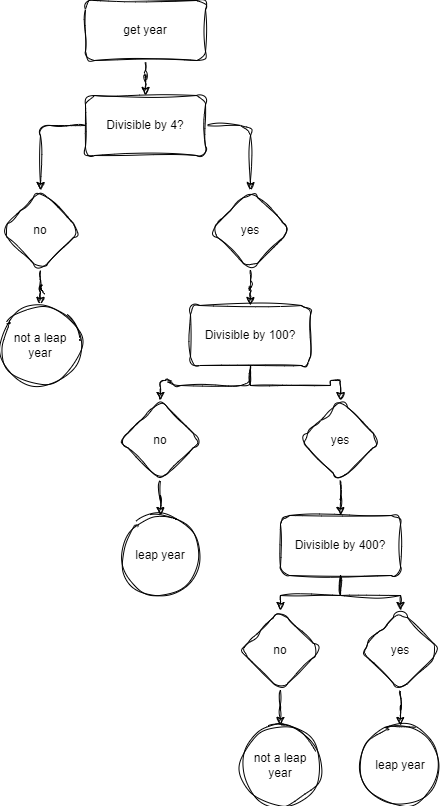
CAL0NZ0/CAL0NZ0 keeps this draw.io diagram as Leap year flow chart.drawio.png. Above is the earlier version. Source tidied: cells renumbered, new cells last; positions are measured from the earlier drawing's top-left corner, leaving out a move shared by most shapes.
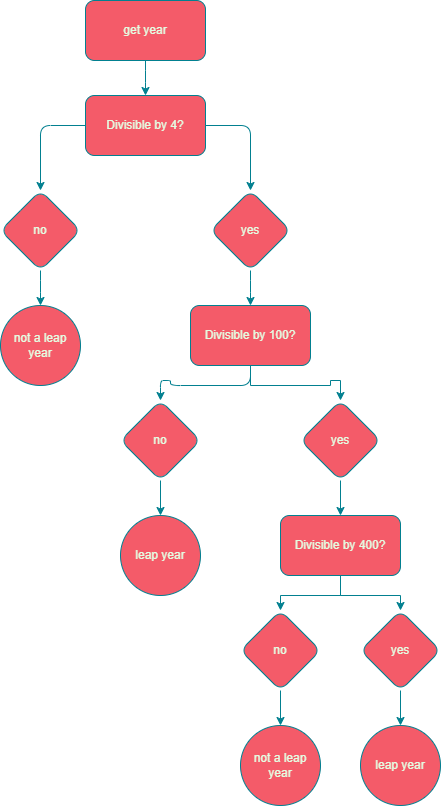
Later version of the same file.

The edit, as a diff of the source:
```diff
@@ -2,85 +2,85 @@
   <root>
     <mxCell id="0" />
     <mxCell id="1" parent="0" />
-    <mxCell id="2" style="edgeStyle=orthogonalEdgeStyle;rounded=1;jettySize=auto;html=1;labelBackgroundColor=none;fontColor=default;sketch=1;curveFitting=1;jiggle=2;" parent="1" edge="1" source="3" target="6">
+    <mxCell id="2" style="edgeStyle=orthogonalEdgeStyle;rounded=1;jettySize=auto;html=1;labelBackgroundColor=none;fontColor=default;strokeColor=#028090;" parent="1" edge="1" source="3" target="6">
       <mxGeometry relative="1" as="geometry" />
     </mxCell>
-    <mxCell id="3" value="get year" style="whiteSpace=wrap;html=1;rounded=1;labelBackgroundColor=none;sketch=1;curveFitting=1;jiggle=2;" parent="1" vertex="1">
+    <mxCell id="3" value="get year" style="whiteSpace=wrap;html=1;rounded=1;labelBackgroundColor=none;fillColor=#F45B69;strokeColor=#028090;fontColor=#E4FDE1;" parent="1" vertex="1">
       <mxGeometry x="85" width="120" height="60" as="geometry" />
     </mxCell>
-    <mxCell id="4" style="edgeStyle=orthogonalEdgeStyle;rounded=1;jettySize=auto;html=1;labelBackgroundColor=none;fontColor=default;sketch=1;curveFitting=1;jiggle=2;" parent="1" edge="1" source="6" target="8">
+    <mxCell id="4" style="edgeStyle=orthogonalEdgeStyle;rounded=1;jettySize=auto;html=1;labelBackgroundColor=none;fontColor=default;strokeColor=#028090;" parent="1" edge="1" source="6" target="8">
       <mxGeometry relative="1" as="geometry" />
     </mxCell>
-    <mxCell id="5" style="edgeStyle=orthogonalEdgeStyle;rounded=1;jettySize=auto;html=1;labelBackgroundColor=none;fontColor=default;sketch=1;curveFitting=1;jiggle=2;" parent="1" edge="1" source="6" target="11">
+    <mxCell id="5" style="edgeStyle=orthogonalEdgeStyle;rounded=1;jettySize=auto;html=1;labelBackgroundColor=none;fontColor=default;strokeColor=#028090;" parent="1" edge="1" source="6" target="11">
       <mxGeometry relative="1" as="geometry" />
     </mxCell>
-    <mxCell id="6" value="Divisible by 4?" style="whiteSpace=wrap;html=1;rounded=1;labelBackgroundColor=none;sketch=1;curveFitting=1;jiggle=2;" parent="1" vertex="1">
+    <mxCell id="6" value="Divisible by 4?" style="whiteSpace=wrap;html=1;rounded=1;labelBackgroundColor=none;fillColor=#F45B69;strokeColor=#028090;fontColor=#E4FDE1;" parent="1" vertex="1">
       <mxGeometry x="85" y="95" width="120" height="60" as="geometry" />
     </mxCell>
-    <mxCell id="7" style="edgeStyle=orthogonalEdgeStyle;rounded=1;jettySize=auto;html=1;labelBackgroundColor=none;fontColor=default;sketch=1;curveFitting=1;jiggle=2;" parent="1" edge="1" source="8" target="9">
+    <mxCell id="7" style="edgeStyle=orthogonalEdgeStyle;rounded=1;jettySize=auto;html=1;labelBackgroundColor=none;fontColor=default;strokeColor=#028090;" parent="1" edge="1" source="8" target="9">
       <mxGeometry relative="1" as="geometry" />
     </mxCell>
-    <mxCell id="8" value="no&lt;br&gt;" style="rhombus;whiteSpace=wrap;html=1;rounded=1;labelBackgroundColor=none;sketch=1;curveFitting=1;jiggle=2;" parent="1" vertex="1">
+    <mxCell id="8" value="no&lt;br&gt;" style="rhombus;whiteSpace=wrap;html=1;rounded=1;labelBackgroundColor=none;fillColor=#F45B69;strokeColor=#028090;fontColor=#E4FDE1;" parent="1" vertex="1">
       <mxGeometry y="190" width="80" height="80" as="geometry" />
     </mxCell>
-    <mxCell id="9" value="not a leap year" style="ellipse;whiteSpace=wrap;html=1;rounded=1;labelBackgroundColor=none;sketch=1;curveFitting=1;jiggle=2;" parent="1" vertex="1">
+    <mxCell id="9" value="not a leap year" style="ellipse;whiteSpace=wrap;html=1;rounded=1;labelBackgroundColor=none;fillColor=#F45B69;strokeColor=#028090;fontColor=#E4FDE1;" parent="1" vertex="1">
       <mxGeometry y="305" width="80" height="80" as="geometry" />
     </mxCell>
-    <mxCell id="10" style="edgeStyle=orthogonalEdgeStyle;rounded=1;jettySize=auto;html=1;labelBackgroundColor=none;fontColor=default;sketch=1;curveFitting=1;jiggle=2;" parent="1" edge="1" source="11" target="14">
+    <mxCell id="10" style="edgeStyle=orthogonalEdgeStyle;rounded=1;jettySize=auto;html=1;labelBackgroundColor=none;fontColor=default;strokeColor=#028090;" parent="1" edge="1" source="11" target="14">
       <mxGeometry relative="1" as="geometry" />
     </mxCell>
-    <mxCell id="11" value="yes" style="rhombus;whiteSpace=wrap;html=1;rounded=1;labelBackgroundColor=none;sketch=1;curveFitting=1;jiggle=2;" parent="1" vertex="1">
+    <mxCell id="11" value="yes" style="rhombus;whiteSpace=wrap;html=1;rounded=1;labelBackgroundColor=none;fillColor=#F45B69;strokeColor=#028090;fontColor=#E4FDE1;" parent="1" vertex="1">
       <mxGeometry x="210" y="190" width="80" height="80" as="geometry" />
     </mxCell>
-    <mxCell id="12" style="edgeStyle=orthogonalEdgeStyle;rounded=1;jettySize=auto;html=1;labelBackgroundColor=none;fontColor=default;sketch=1;curveFitting=1;jiggle=2;" parent="1" edge="1" source="14" target="16">
+    <mxCell id="12" style="edgeStyle=orthogonalEdgeStyle;rounded=1;jettySize=auto;html=1;labelBackgroundColor=none;fontColor=default;strokeColor=#028090;" parent="1" edge="1" source="14" target="16">
       <mxGeometry relative="1" as="geometry" />
     </mxCell>
-    <mxCell id="13" style="edgeStyle=orthogonalEdgeStyle;rounded=0;jettySize=auto;html=1;sketch=1;curveFitting=1;jiggle=2;labelBackgroundColor=none;fontColor=default;" parent="1" edge="1" source="14" target="19">
+    <mxCell id="13" style="edgeStyle=orthogonalEdgeStyle;rounded=0;jettySize=auto;html=1;labelBackgroundColor=none;fontColor=default;strokeColor=#028090;" parent="1" edge="1" source="14" target="19">
       <mxGeometry relative="1" as="geometry" />
     </mxCell>
-    <mxCell id="14" value="Divisible by 100?" style="whiteSpace=wrap;html=1;rounded=1;labelBackgroundColor=none;sketch=1;curveFitting=1;jiggle=2;" parent="1" vertex="1">
+    <mxCell id="14" value="Divisible by 100?" style="whiteSpace=wrap;html=1;rounded=1;labelBackgroundColor=none;fillColor=#F45B69;strokeColor=#028090;fontColor=#E4FDE1;" parent="1" vertex="1">
       <mxGeometry x="190" y="305" width="120" height="60" as="geometry" />
     </mxCell>
-    <mxCell id="15" style="edgeStyle=orthogonalEdgeStyle;rounded=0;jettySize=auto;html=1;sketch=1;curveFitting=1;jiggle=2;labelBackgroundColor=none;fontColor=default;" parent="1" edge="1" source="16" target="17">
+    <mxCell id="15" style="edgeStyle=orthogonalEdgeStyle;rounded=0;jettySize=auto;html=1;labelBackgroundColor=none;fontColor=default;strokeColor=#028090;" parent="1" edge="1" source="16" target="17">
       <mxGeometry relative="1" as="geometry" />
     </mxCell>
-    <mxCell id="16" value="no&lt;br&gt;" style="rhombus;whiteSpace=wrap;html=1;rounded=1;labelBackgroundColor=none;sketch=1;curveFitting=1;jiggle=2;" parent="1" vertex="1">
+    <mxCell id="16" value="no&lt;br&gt;" style="rhombus;whiteSpace=wrap;html=1;rounded=1;labelBackgroundColor=none;fillColor=#F45B69;strokeColor=#028090;fontColor=#E4FDE1;" parent="1" vertex="1">
       <mxGeometry x="120" y="400" width="80" height="80" as="geometry" />
     </mxCell>
-    <mxCell id="17" value="leap year" style="ellipse;whiteSpace=wrap;html=1;rounded=1;labelBackgroundColor=none;sketch=1;curveFitting=1;jiggle=2;" parent="1" vertex="1">
+    <mxCell id="17" value="leap year" style="ellipse;whiteSpace=wrap;html=1;rounded=1;labelBackgroundColor=none;fillColor=#F45B69;strokeColor=#028090;fontColor=#E4FDE1;" parent="1" vertex="1">
       <mxGeometry x="120" y="515" width="80" height="80" as="geometry" />
     </mxCell>
-    <mxCell id="18" style="edgeStyle=orthogonalEdgeStyle;rounded=0;jettySize=auto;html=1;sketch=1;curveFitting=1;jiggle=2;labelBackgroundColor=none;fontColor=default;" parent="1" edge="1" source="19" target="22">
+    <mxCell id="18" style="edgeStyle=orthogonalEdgeStyle;rounded=0;jettySize=auto;html=1;labelBackgroundColor=none;fontColor=default;strokeColor=#028090;" parent="1" edge="1" source="19" target="22">
       <mxGeometry relative="1" as="geometry" />
     </mxCell>
-    <mxCell id="19" value="yes" style="rhombus;whiteSpace=wrap;html=1;rounded=1;labelBackgroundColor=none;sketch=1;curveFitting=1;jiggle=2;" parent="1" vertex="1">
+    <mxCell id="19" value="yes" style="rhombus;whiteSpace=wrap;html=1;rounded=1;labelBackgroundColor=none;fillColor=#F45B69;strokeColor=#028090;fontColor=#E4FDE1;" parent="1" vertex="1">
       <mxGeometry x="300" y="400" width="80" height="80" as="geometry" />
     </mxCell>
-    <mxCell id="20" style="edgeStyle=orthogonalEdgeStyle;rounded=0;jettySize=auto;html=1;sketch=1;curveFitting=1;jiggle=2;labelBackgroundColor=none;fontColor=default;" parent="1" edge="1" source="22" target="24">
+    <mxCell id="20" style="edgeStyle=orthogonalEdgeStyle;rounded=0;jettySize=auto;html=1;labelBackgroundColor=none;fontColor=default;strokeColor=#028090;" parent="1" edge="1" source="22" target="24">
       <mxGeometry relative="1" as="geometry" />
     </mxCell>
-    <mxCell id="21" style="edgeStyle=orthogonalEdgeStyle;rounded=0;jettySize=auto;html=1;sketch=1;curveFitting=1;jiggle=2;labelBackgroundColor=none;fontColor=default;" parent="1" edge="1" source="22" target="27">
+    <mxCell id="21" style="edgeStyle=orthogonalEdgeStyle;rounded=0;jettySize=auto;html=1;labelBackgroundColor=none;fontColor=default;strokeColor=#028090;" parent="1" edge="1" source="22" target="27">
       <mxGeometry relative="1" as="geometry" />
     </mxCell>
-    <mxCell id="22" value="Divisible by 400?" style="whiteSpace=wrap;html=1;rounded=1;labelBackgroundColor=none;sketch=1;curveFitting=1;jiggle=2;" parent="1" vertex="1">
+    <mxCell id="22" value="Divisible by 400?" style="whiteSpace=wrap;html=1;rounded=1;labelBackgroundColor=none;fillColor=#F45B69;strokeColor=#028090;fontColor=#E4FDE1;" parent="1" vertex="1">
       <mxGeometry x="280" y="515" width="120" height="60" as="geometry" />
     </mxCell>
-    <mxCell id="23" style="edgeStyle=orthogonalEdgeStyle;rounded=0;jettySize=auto;html=1;sketch=1;curveFitting=1;jiggle=2;labelBackgroundColor=none;fontColor=default;" parent="1" edge="1" source="24" target="25">
+    <mxCell id="23" style="edgeStyle=orthogonalEdgeStyle;rounded=0;jettySize=auto;html=1;labelBackgroundColor=none;fontColor=default;strokeColor=#028090;" parent="1" edge="1" source="24" target="25">
       <mxGeometry relative="1" as="geometry" />
     </mxCell>
-    <mxCell id="24" value="no" style="rhombus;whiteSpace=wrap;html=1;rounded=1;labelBackgroundColor=none;sketch=1;curveFitting=1;jiggle=2;" parent="1" vertex="1">
+    <mxCell id="24" value="no" style="rhombus;whiteSpace=wrap;html=1;rounded=1;labelBackgroundColor=none;fillColor=#F45B69;strokeColor=#028090;fontColor=#E4FDE1;" parent="1" vertex="1">
       <mxGeometry x="240" y="610" width="80" height="80" as="geometry" />
     </mxCell>
-    <mxCell id="25" value="not a leap year" style="ellipse;whiteSpace=wrap;html=1;rounded=1;labelBackgroundColor=none;sketch=1;curveFitting=1;jiggle=2;" parent="1" vertex="1">
+    <mxCell id="25" value="not a leap year" style="ellipse;whiteSpace=wrap;html=1;rounded=1;labelBackgroundColor=none;fillColor=#F45B69;strokeColor=#028090;fontColor=#E4FDE1;" parent="1" vertex="1">
       <mxGeometry x="240" y="725" width="80" height="80" as="geometry" />
     </mxCell>
-    <mxCell id="26" style="edgeStyle=orthogonalEdgeStyle;rounded=0;jettySize=auto;html=1;sketch=1;curveFitting=1;jiggle=2;labelBackgroundColor=none;fontColor=default;" parent="1" edge="1" source="27" target="28">
+    <mxCell id="26" style="edgeStyle=orthogonalEdgeStyle;rounded=0;jettySize=auto;html=1;labelBackgroundColor=none;fontColor=default;strokeColor=#028090;" parent="1" edge="1" source="27" target="28">
       <mxGeometry relative="1" as="geometry" />
     </mxCell>
-    <mxCell id="27" value="yes" style="rhombus;whiteSpace=wrap;html=1;rounded=1;labelBackgroundColor=none;sketch=1;curveFitting=1;jiggle=2;" parent="1" vertex="1">
+    <mxCell id="27" value="yes" style="rhombus;whiteSpace=wrap;html=1;rounded=1;labelBackgroundColor=none;fillColor=#F45B69;strokeColor=#028090;fontColor=#E4FDE1;" parent="1" vertex="1">
       <mxGeometry x="360" y="610" width="80" height="80" as="geometry" />
     </mxCell>
-    <mxCell id="28" value="leap year" style="ellipse;whiteSpace=wrap;html=1;rounded=1;labelBackgroundColor=none;sketch=1;curveFitting=1;jiggle=2;" parent="1" vertex="1">
+    <mxCell id="28" value="leap year" style="ellipse;whiteSpace=wrap;html=1;rounded=1;labelBackgroundColor=none;fillColor=#F45B69;strokeColor=#028090;fontColor=#E4FDE1;" parent="1" vertex="1">
       <mxGeometry x="360" y="725" width="80" height="80" as="geometry" />
     </mxCell>
   </root>
```
